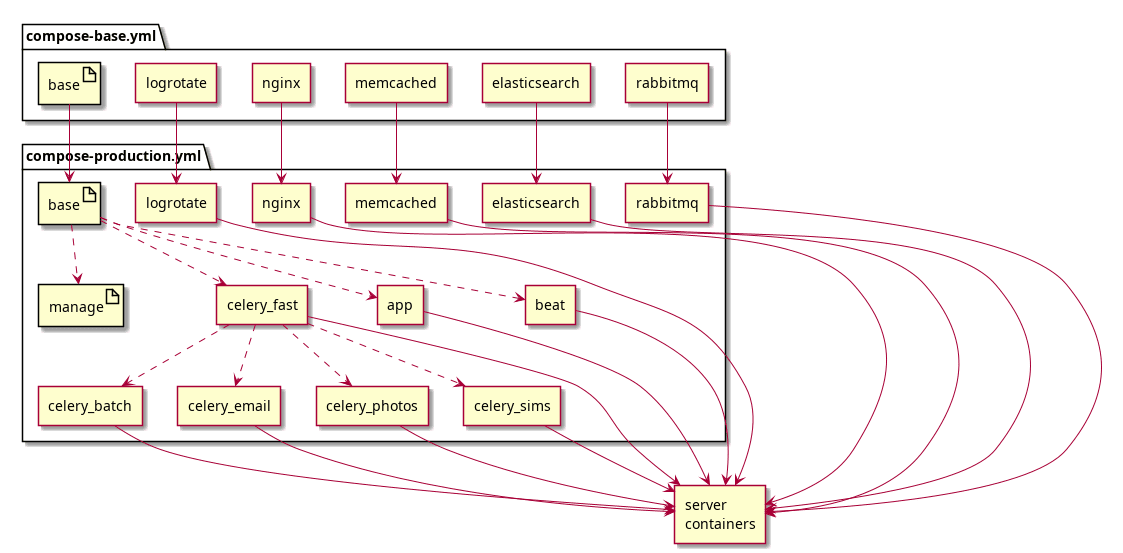
Before: instructions/docker-deploy.png, a diagram exported from PlantUML (sfu-fas/coursys). Its source is kept beside it as instructions/docker-deploy.puml.
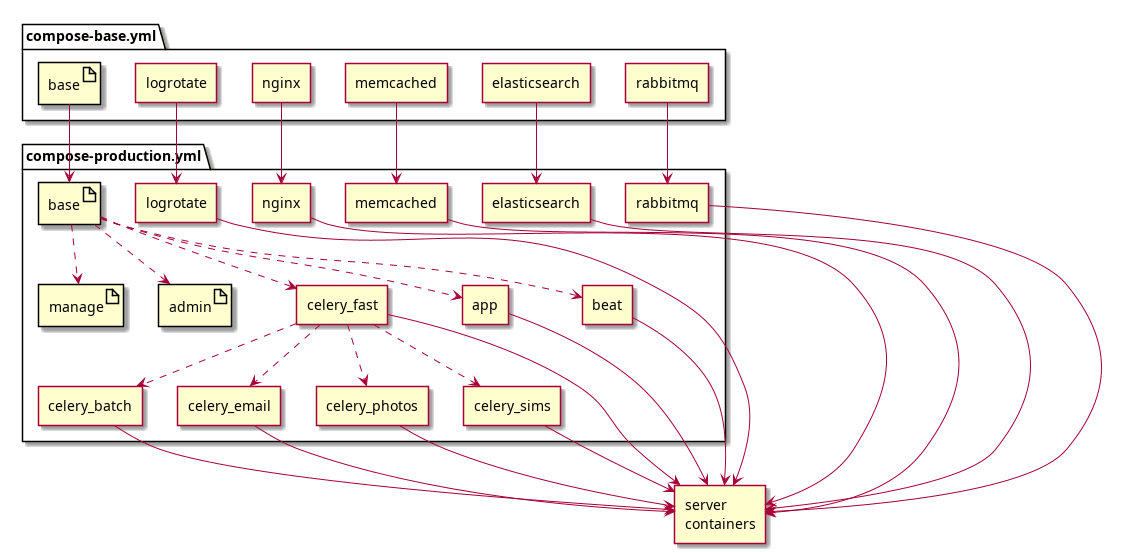
Above is the later version.

What changed in the source:
```diff
@@ -17,6 +17,8 @@
     agent nginx
     agent logrotate
     artifact base
+    artifact manage
+    artifact admin
     agent app
     agent rabbitmq
     agent celery_fast
@@ -25,12 +27,12 @@
     agent celery_photos
     agent celery_sims
     agent beat
-    artifact manage
 
     base ..> app
     base ..> celery_fast
     base ..> beat
     base ..> manage
+    base ..> admin
     celery_fast ..> celery_batch
     celery_fast ..> celery_email
     celery_fast ..> celery_photos
```
